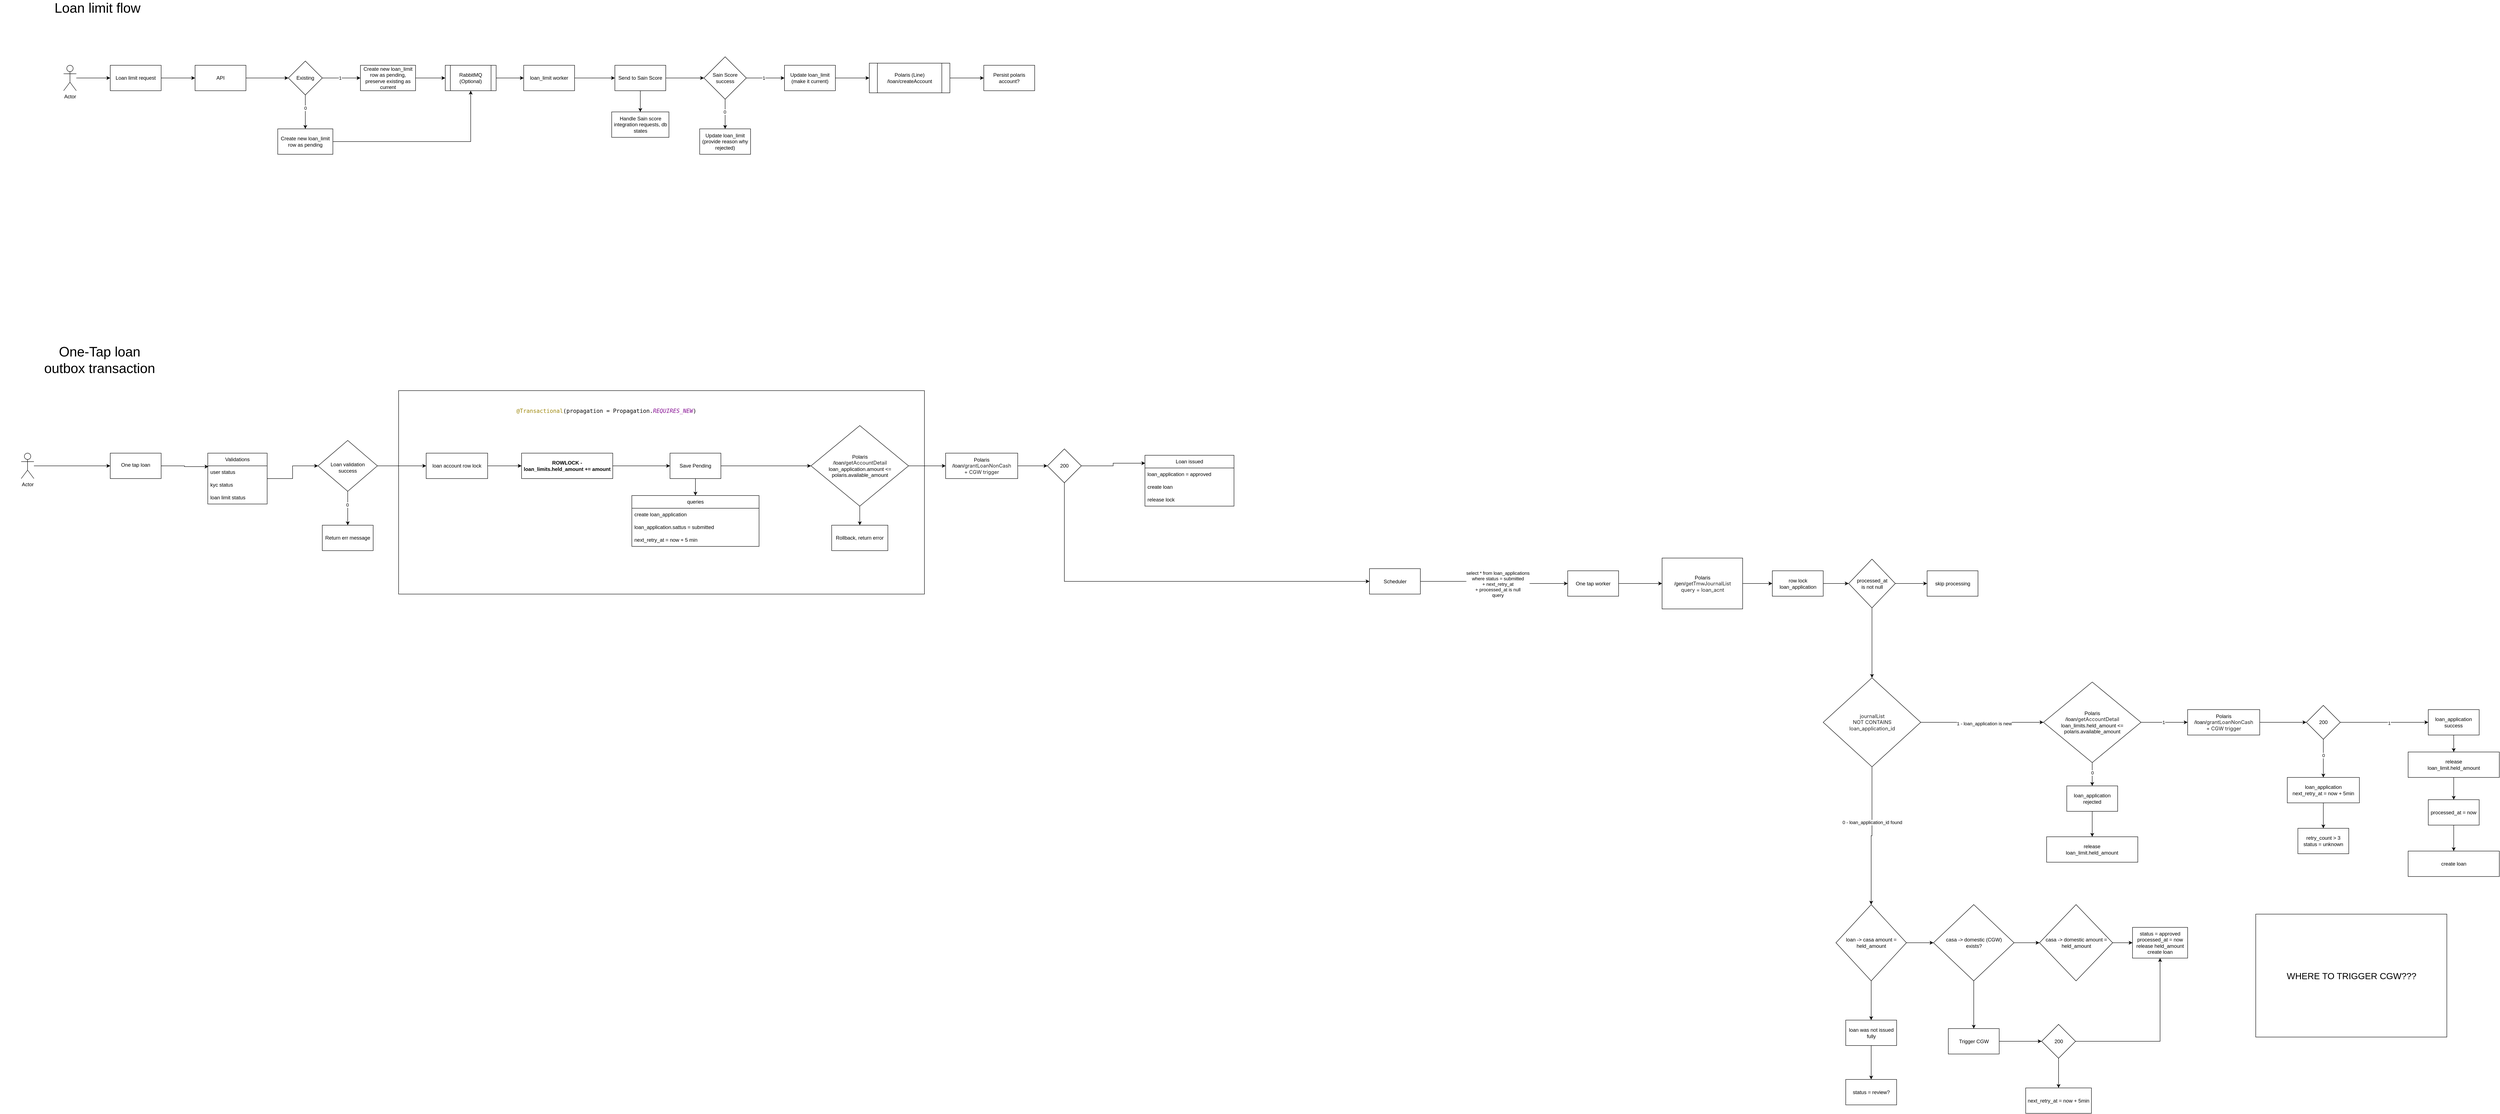
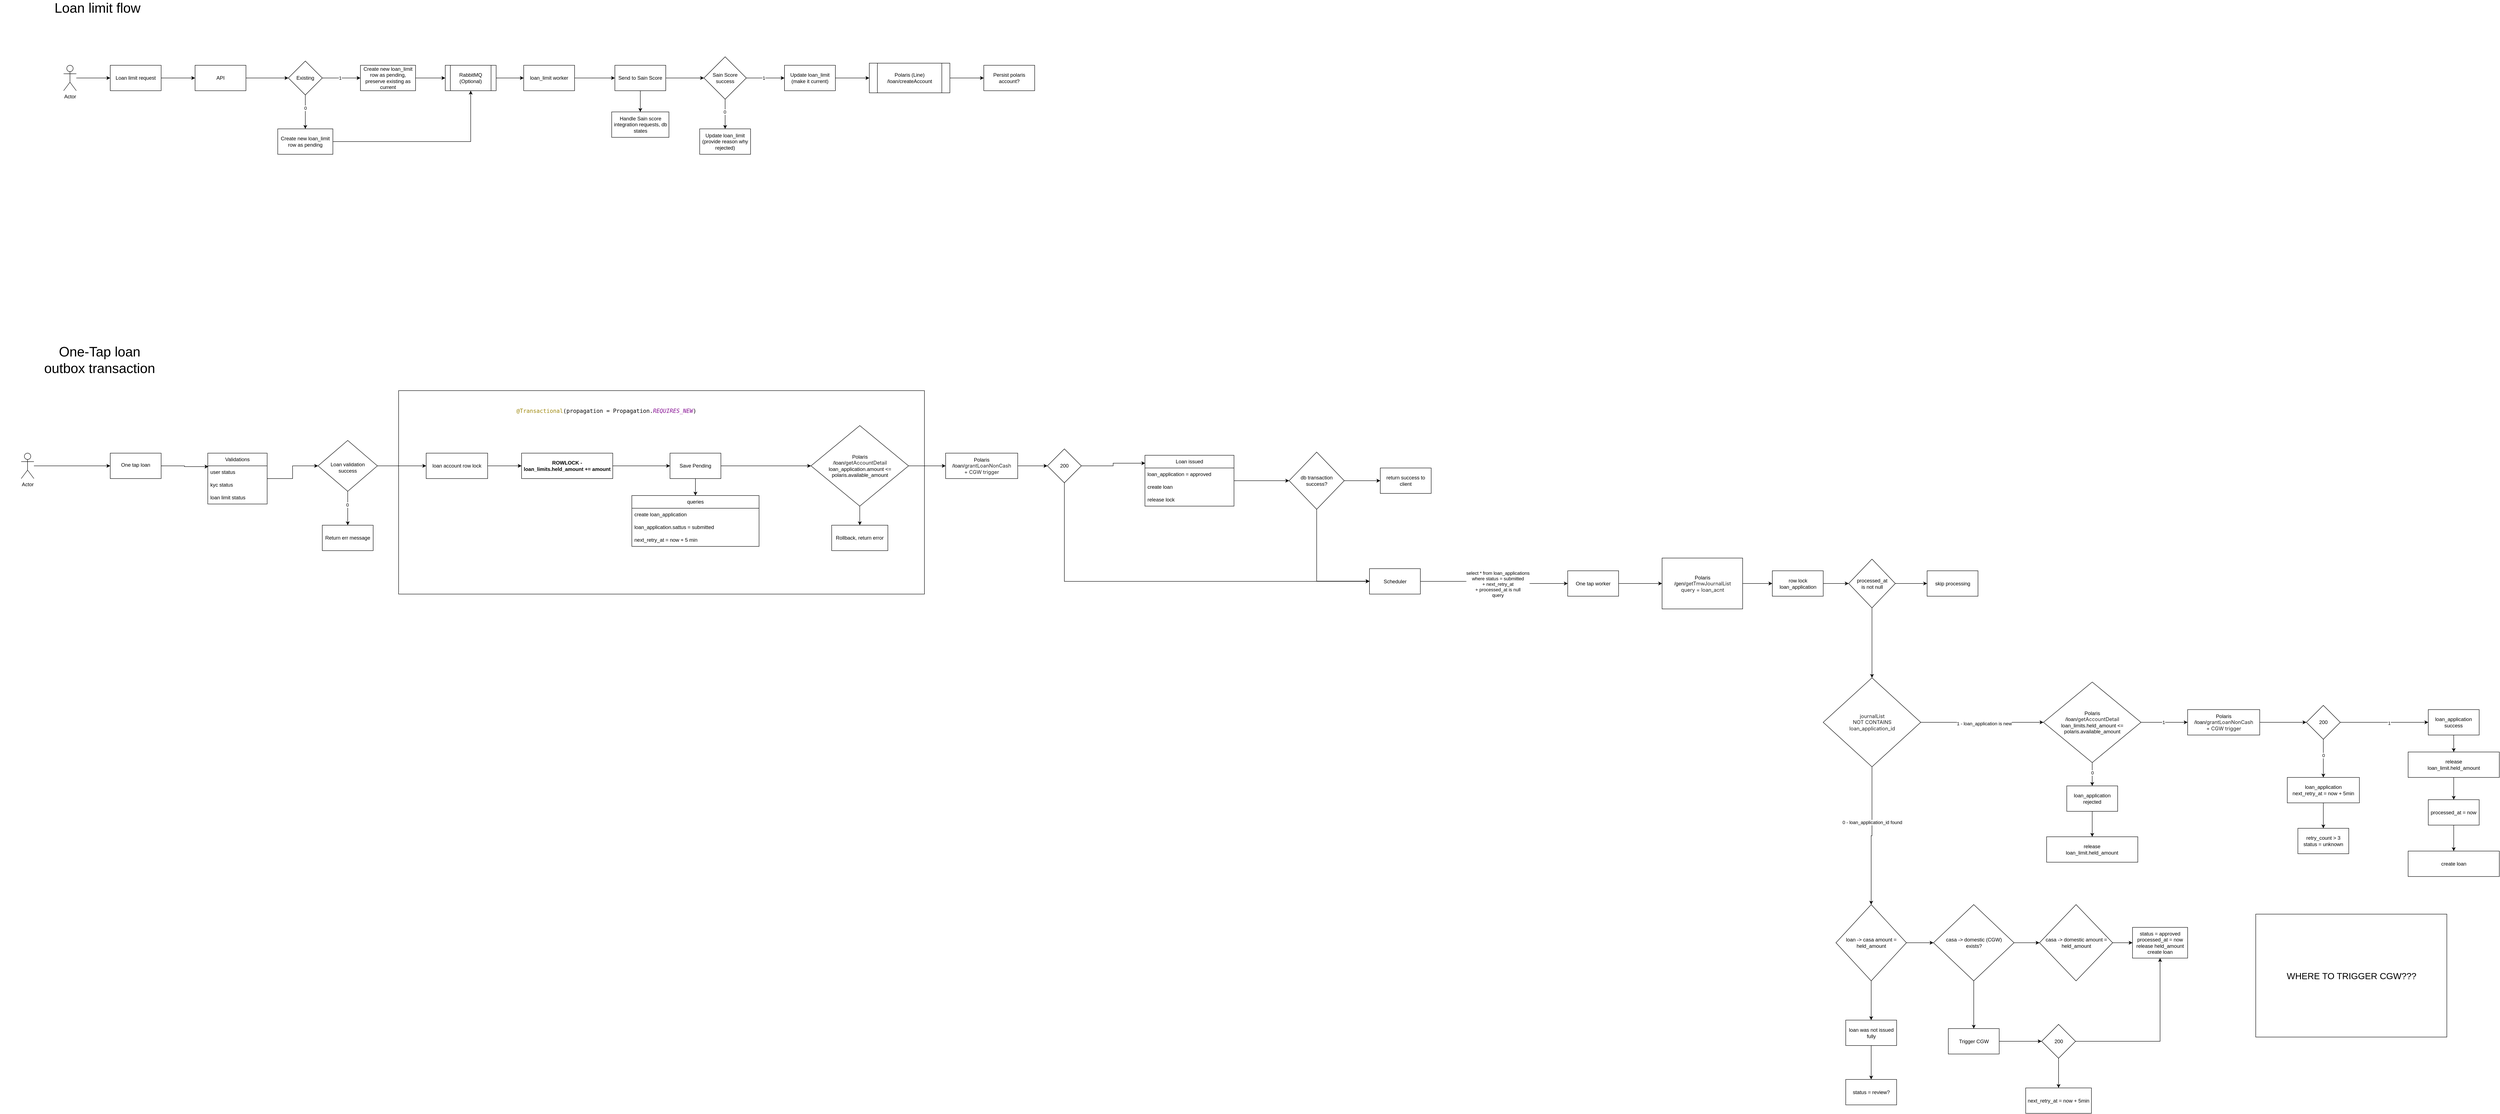
<mxfile host="app.diagrams.net">
  <diagram name="Page-1" id="VCBSuIh8bz7kurrQ0Zaz">
    <mxGraphModel dx="2425" dy="921" grid="1" gridSize="10" guides="1" tooltips="1" connect="1" arrows="1" fold="1" page="1" pageScale="1" pageWidth="850" pageHeight="1100" math="0" shadow="0">
      <root>
        <mxCell id="0" />
        <mxCell id="1" parent="0" />
        <mxCell id="In8fDh9ZLN2M87an2Miy-172" parent="1" style="rounded=0;whiteSpace=wrap;html=1;" value="" vertex="1">
          <mxGeometry height="480" width="1240" x="830" y="977.5" as="geometry" />
        </mxCell>
        <mxCell id="KqixbsF9o6dLofBvsG9t-5" edge="1" parent="1" source="KqixbsF9o6dLofBvsG9t-1" style="edgeStyle=orthogonalEdgeStyle;rounded=0;orthogonalLoop=1;jettySize=auto;html=1;" target="KqixbsF9o6dLofBvsG9t-4" value="">
          <mxGeometry relative="1" as="geometry" />
        </mxCell>
        <mxCell id="KqixbsF9o6dLofBvsG9t-1" parent="1" style="rounded=0;whiteSpace=wrap;html=1;" value="Loan limit request" vertex="1">
          <mxGeometry height="60" width="120" x="150" y="210" as="geometry" />
        </mxCell>
        <mxCell id="KqixbsF9o6dLofBvsG9t-3" edge="1" parent="1" source="KqixbsF9o6dLofBvsG9t-2" style="edgeStyle=orthogonalEdgeStyle;rounded=0;orthogonalLoop=1;jettySize=auto;html=1;" target="KqixbsF9o6dLofBvsG9t-1" value="">
          <mxGeometry relative="1" as="geometry" />
        </mxCell>
        <mxCell id="KqixbsF9o6dLofBvsG9t-2" parent="1" style="shape=umlActor;verticalLabelPosition=bottom;verticalAlign=top;html=1;outlineConnect=0;" value="Actor" vertex="1">
          <mxGeometry height="60" width="30" x="40" y="210" as="geometry" />
        </mxCell>
        <mxCell id="KqixbsF9o6dLofBvsG9t-9" edge="1" parent="1" source="KqixbsF9o6dLofBvsG9t-4" style="edgeStyle=orthogonalEdgeStyle;rounded=0;orthogonalLoop=1;jettySize=auto;html=1;" target="KqixbsF9o6dLofBvsG9t-8" value="">
          <mxGeometry relative="1" as="geometry" />
        </mxCell>
        <mxCell id="KqixbsF9o6dLofBvsG9t-4" parent="1" style="rounded=0;whiteSpace=wrap;html=1;" value="API" vertex="1">
          <mxGeometry height="60" width="120" x="350" y="210" as="geometry" />
        </mxCell>
        <mxCell id="KqixbsF9o6dLofBvsG9t-11" edge="1" parent="1" source="KqixbsF9o6dLofBvsG9t-8" style="edgeStyle=orthogonalEdgeStyle;rounded=0;orthogonalLoop=1;jettySize=auto;html=1;" target="KqixbsF9o6dLofBvsG9t-10" value="">
          <mxGeometry relative="1" as="geometry" />
        </mxCell>
        <mxCell id="KqixbsF9o6dLofBvsG9t-12" connectable="0" parent="KqixbsF9o6dLofBvsG9t-11" style="edgeLabel;html=1;align=center;verticalAlign=middle;resizable=0;points=[];" value="1" vertex="1">
          <mxGeometry relative="1" x="-0.079" as="geometry">
            <mxPoint as="offset" />
          </mxGeometry>
        </mxCell>
        <mxCell id="KqixbsF9o6dLofBvsG9t-14" edge="1" parent="1" source="KqixbsF9o6dLofBvsG9t-8" style="edgeStyle=orthogonalEdgeStyle;rounded=0;orthogonalLoop=1;jettySize=auto;html=1;" target="KqixbsF9o6dLofBvsG9t-13" value="">
          <mxGeometry relative="1" as="geometry" />
        </mxCell>
        <mxCell id="KqixbsF9o6dLofBvsG9t-15" connectable="0" parent="KqixbsF9o6dLofBvsG9t-14" style="edgeLabel;html=1;align=center;verticalAlign=middle;resizable=0;points=[];" value="0" vertex="1">
          <mxGeometry relative="1" x="-0.2407" as="geometry">
            <mxPoint as="offset" />
          </mxGeometry>
        </mxCell>
        <mxCell id="KqixbsF9o6dLofBvsG9t-8" parent="1" style="rhombus;whiteSpace=wrap;html=1;rounded=0;" value="Existing" vertex="1">
          <mxGeometry height="80" width="80" x="570" y="200" as="geometry" />
        </mxCell>
        <mxCell id="KqixbsF9o6dLofBvsG9t-23" edge="1" parent="1" source="KqixbsF9o6dLofBvsG9t-10" style="edgeStyle=orthogonalEdgeStyle;rounded=0;orthogonalLoop=1;jettySize=auto;html=1;" target="KqixbsF9o6dLofBvsG9t-22" value="">
          <mxGeometry relative="1" as="geometry" />
        </mxCell>
        <mxCell id="KqixbsF9o6dLofBvsG9t-10" parent="1" style="whiteSpace=wrap;html=1;rounded=0;" value="Create new loan_limit row as pending, preserve existing as current" vertex="1">
          <mxGeometry height="60" width="130" x="740" y="210" as="geometry" />
        </mxCell>
        <mxCell id="KqixbsF9o6dLofBvsG9t-26" edge="1" parent="1" source="KqixbsF9o6dLofBvsG9t-13" style="edgeStyle=orthogonalEdgeStyle;rounded=0;orthogonalLoop=1;jettySize=auto;html=1;entryX=0.5;entryY=1;entryDx=0;entryDy=0;" target="KqixbsF9o6dLofBvsG9t-22">
          <mxGeometry relative="1" as="geometry" />
        </mxCell>
        <mxCell id="KqixbsF9o6dLofBvsG9t-13" parent="1" style="whiteSpace=wrap;html=1;rounded=0;" value="Create new loan_limit row as pending" vertex="1">
          <mxGeometry height="60" width="130" x="545" y="360" as="geometry" />
        </mxCell>
        <mxCell id="KqixbsF9o6dLofBvsG9t-25" edge="1" parent="1" source="KqixbsF9o6dLofBvsG9t-22" style="edgeStyle=orthogonalEdgeStyle;rounded=0;orthogonalLoop=1;jettySize=auto;html=1;" target="KqixbsF9o6dLofBvsG9t-24" value="">
          <mxGeometry relative="1" as="geometry" />
        </mxCell>
        <mxCell id="KqixbsF9o6dLofBvsG9t-22" parent="1" style="shape=process;whiteSpace=wrap;html=1;backgroundOutline=1;rounded=0;" value="RabbitMQ (Optional)" vertex="1">
          <mxGeometry height="60" width="120" x="940" y="210" as="geometry" />
        </mxCell>
        <mxCell id="KqixbsF9o6dLofBvsG9t-28" edge="1" parent="1" source="KqixbsF9o6dLofBvsG9t-24" style="edgeStyle=orthogonalEdgeStyle;rounded=0;orthogonalLoop=1;jettySize=auto;html=1;" target="KqixbsF9o6dLofBvsG9t-27" value="">
          <mxGeometry relative="1" as="geometry" />
        </mxCell>
        <mxCell id="KqixbsF9o6dLofBvsG9t-24" parent="1" style="whiteSpace=wrap;html=1;rounded=0;" value="loan_limit worker" vertex="1">
          <mxGeometry height="60" width="120" x="1125" y="210" as="geometry" />
        </mxCell>
        <mxCell id="KqixbsF9o6dLofBvsG9t-30" edge="1" parent="1" source="KqixbsF9o6dLofBvsG9t-27" style="edgeStyle=orthogonalEdgeStyle;rounded=0;orthogonalLoop=1;jettySize=auto;html=1;" target="KqixbsF9o6dLofBvsG9t-29" value="">
          <mxGeometry relative="1" as="geometry" />
        </mxCell>
        <mxCell id="KqixbsF9o6dLofBvsG9t-38" edge="1" parent="1" source="KqixbsF9o6dLofBvsG9t-27" style="edgeStyle=orthogonalEdgeStyle;rounded=0;orthogonalLoop=1;jettySize=auto;html=1;" target="KqixbsF9o6dLofBvsG9t-37" value="">
          <mxGeometry relative="1" as="geometry" />
        </mxCell>
        <mxCell id="KqixbsF9o6dLofBvsG9t-27" parent="1" style="whiteSpace=wrap;html=1;rounded=0;" value="Send to Sain Score" vertex="1">
          <mxGeometry height="60" width="120" x="1340" y="210" as="geometry" />
        </mxCell>
        <mxCell id="KqixbsF9o6dLofBvsG9t-32" edge="1" parent="1" source="KqixbsF9o6dLofBvsG9t-29" style="edgeStyle=orthogonalEdgeStyle;rounded=0;orthogonalLoop=1;jettySize=auto;html=1;" target="KqixbsF9o6dLofBvsG9t-31" value="">
          <mxGeometry relative="1" as="geometry" />
        </mxCell>
        <mxCell id="KqixbsF9o6dLofBvsG9t-33" connectable="0" parent="KqixbsF9o6dLofBvsG9t-32" style="edgeLabel;html=1;align=center;verticalAlign=middle;resizable=0;points=[];" value="1" vertex="1">
          <mxGeometry relative="1" x="-0.1048" as="geometry">
            <mxPoint as="offset" />
          </mxGeometry>
        </mxCell>
        <mxCell id="KqixbsF9o6dLofBvsG9t-35" edge="1" parent="1" source="KqixbsF9o6dLofBvsG9t-29" style="edgeStyle=orthogonalEdgeStyle;rounded=0;orthogonalLoop=1;jettySize=auto;html=1;" target="KqixbsF9o6dLofBvsG9t-34" value="">
          <mxGeometry relative="1" as="geometry" />
        </mxCell>
        <mxCell id="KqixbsF9o6dLofBvsG9t-36" connectable="0" parent="KqixbsF9o6dLofBvsG9t-35" style="edgeLabel;html=1;align=center;verticalAlign=middle;resizable=0;points=[];" value="0" vertex="1">
          <mxGeometry relative="1" x="-0.1429" y="-1" as="geometry">
            <mxPoint as="offset" />
          </mxGeometry>
        </mxCell>
        <mxCell id="KqixbsF9o6dLofBvsG9t-29" parent="1" style="rhombus;whiteSpace=wrap;html=1;rounded=0;" value="Sain Score success" vertex="1">
          <mxGeometry height="100" width="100" x="1550" y="190" as="geometry" />
        </mxCell>
        <mxCell id="KqixbsF9o6dLofBvsG9t-66" edge="1" parent="1" source="KqixbsF9o6dLofBvsG9t-31" style="edgeStyle=orthogonalEdgeStyle;rounded=0;orthogonalLoop=1;jettySize=auto;html=1;" target="KqixbsF9o6dLofBvsG9t-65" value="">
          <mxGeometry relative="1" as="geometry" />
        </mxCell>
        <mxCell id="KqixbsF9o6dLofBvsG9t-31" parent="1" style="whiteSpace=wrap;html=1;rounded=0;" value="Update loan_limit (make it current)" vertex="1">
          <mxGeometry height="60" width="120" x="1740" y="210" as="geometry" />
        </mxCell>
        <mxCell id="KqixbsF9o6dLofBvsG9t-34" parent="1" style="whiteSpace=wrap;html=1;rounded=0;" value="Update loan_limit&lt;br&gt;(provide reason why rejected)" vertex="1">
          <mxGeometry height="60" width="120" x="1540" y="360" as="geometry" />
        </mxCell>
        <mxCell id="KqixbsF9o6dLofBvsG9t-37" parent="1" style="whiteSpace=wrap;html=1;rounded=0;" value="Handle Sain score integration requests, db states" vertex="1">
          <mxGeometry height="60" width="135" x="1332.5" y="320" as="geometry" />
        </mxCell>
        <mxCell id="KqixbsF9o6dLofBvsG9t-40" parent="1" style="text;html=1;whiteSpace=wrap;strokeColor=none;fillColor=none;align=center;verticalAlign=middle;rounded=0;fontSize=32;" value="Loan limit flow" vertex="1">
          <mxGeometry height="30" width="260" x="-10" y="60" as="geometry" />
        </mxCell>
        <mxCell id="KqixbsF9o6dLofBvsG9t-74" edge="1" parent="1" source="KqixbsF9o6dLofBvsG9t-65" style="edgeStyle=orthogonalEdgeStyle;rounded=0;orthogonalLoop=1;jettySize=auto;html=1;" target="KqixbsF9o6dLofBvsG9t-73" value="">
          <mxGeometry relative="1" as="geometry" />
        </mxCell>
        <mxCell id="KqixbsF9o6dLofBvsG9t-65" parent="1" style="shape=process;whiteSpace=wrap;html=1;backgroundOutline=1;rounded=0;" value="Polaris (Line)&lt;br&gt;/loan/createAccount" vertex="1">
          <mxGeometry height="70" width="190" x="1940" y="205" as="geometry" />
        </mxCell>
        <mxCell id="KqixbsF9o6dLofBvsG9t-73" parent="1" style="whiteSpace=wrap;html=1;rounded=0;" value="Persist polaris account?" vertex="1">
          <mxGeometry height="60" width="120" x="2210" y="210" as="geometry" />
        </mxCell>
        <mxCell id="U8Ajh8Gpa-m2DNKNFQys-1" parent="1" style="text;html=1;whiteSpace=wrap;strokeColor=none;fillColor=none;align=center;verticalAlign=middle;rounded=0;fontSize=32;" value="One-Tap loan&lt;br&gt;outbox transaction" vertex="1">
          <mxGeometry height="30" width="470" x="-110" y="890" as="geometry" />
        </mxCell>
        <mxCell id="In8fDh9ZLN2M87an2Miy-1" edge="1" parent="1" source="In8fDh9ZLN2M87an2Miy-2" style="edgeStyle=orthogonalEdgeStyle;rounded=0;orthogonalLoop=1;jettySize=auto;html=1;" target="In8fDh9ZLN2M87an2Miy-4" value="">
          <mxGeometry relative="1" as="geometry" />
        </mxCell>
        <mxCell id="In8fDh9ZLN2M87an2Miy-2" parent="1" style="shape=umlActor;verticalLabelPosition=bottom;verticalAlign=top;html=1;outlineConnect=0;" value="Actor" vertex="1">
          <mxGeometry height="60" width="30" x="-60" y="1125" as="geometry" />
        </mxCell>
        <mxCell id="In8fDh9ZLN2M87an2Miy-3" edge="1" parent="1" source="In8fDh9ZLN2M87an2Miy-4" style="edgeStyle=orthogonalEdgeStyle;rounded=0;orthogonalLoop=1;jettySize=auto;html=1;entryX=0.011;entryY=0.06;entryDx=0;entryDy=0;entryPerimeter=0;" target="In8fDh9ZLN2M87an2Miy-28" value="">
          <mxGeometry relative="1" as="geometry">
            <mxPoint x="360" y="1155" as="targetPoint" />
          </mxGeometry>
        </mxCell>
        <mxCell id="In8fDh9ZLN2M87an2Miy-4" parent="1" style="whiteSpace=wrap;html=1;verticalAlign=top;" value="&lt;div&gt;&lt;br&gt;&lt;/div&gt;&lt;div&gt;One tap loan&lt;/div&gt;" vertex="1">
          <mxGeometry height="60" width="120" x="150" y="1125" as="geometry" />
        </mxCell>
        <mxCell id="In8fDh9ZLN2M87an2Miy-7" edge="1" parent="1" source="In8fDh9ZLN2M87an2Miy-9" style="edgeStyle=orthogonalEdgeStyle;rounded=0;orthogonalLoop=1;jettySize=auto;html=1;" target="In8fDh9ZLN2M87an2Miy-13" value="">
          <mxGeometry relative="1" as="geometry" />
        </mxCell>
        <mxCell id="In8fDh9ZLN2M87an2Miy-8" connectable="0" parent="In8fDh9ZLN2M87an2Miy-7" style="edgeLabel;html=1;align=center;verticalAlign=middle;resizable=0;points=[];" value="0" vertex="1">
          <mxGeometry relative="1" x="-0.2091" y="-1" as="geometry">
            <mxPoint as="offset" />
          </mxGeometry>
        </mxCell>
        <mxCell id="In8fDh9ZLN2M87an2Miy-163" edge="1" parent="1" source="In8fDh9ZLN2M87an2Miy-9" style="edgeStyle=orthogonalEdgeStyle;rounded=0;orthogonalLoop=1;jettySize=auto;html=1;entryX=0;entryY=0.5;entryDx=0;entryDy=0;" target="In8fDh9ZLN2M87an2Miy-161">
          <mxGeometry relative="1" as="geometry" />
        </mxCell>
        <mxCell id="In8fDh9ZLN2M87an2Miy-9" parent="1" style="rhombus;whiteSpace=wrap;html=1;verticalAlign=top;" value="&lt;br&gt;&lt;br&gt;&lt;div&gt;&lt;br&gt;&lt;/div&gt;&lt;div&gt;Loan validation&lt;br&gt;success&lt;/div&gt;" vertex="1">
          <mxGeometry height="120" width="140" x="640" y="1095" as="geometry" />
        </mxCell>
        <mxCell id="In8fDh9ZLN2M87an2Miy-10" edge="1" parent="1" source="In8fDh9ZLN2M87an2Miy-12" style="edgeStyle=orthogonalEdgeStyle;rounded=0;orthogonalLoop=1;jettySize=auto;html=1;entryX=0.5;entryY=0;entryDx=0;entryDy=0;" target="In8fDh9ZLN2M87an2Miy-14">
          <mxGeometry relative="1" as="geometry" />
        </mxCell>
        <mxCell id="In8fDh9ZLN2M87an2Miy-54" edge="1" parent="1" source="In8fDh9ZLN2M87an2Miy-105" style="edgeStyle=orthogonalEdgeStyle;rounded=0;orthogonalLoop=1;jettySize=auto;html=1;exitX=1;exitY=0.5;exitDx=0;exitDy=0;" target="In8fDh9ZLN2M87an2Miy-53" value="">
          <mxGeometry relative="1" as="geometry">
            <mxPoint x="3329.5" y="1432.5" as="sourcePoint" />
          </mxGeometry>
        </mxCell>
        <mxCell id="In8fDh9ZLN2M87an2Miy-55" connectable="0" parent="In8fDh9ZLN2M87an2Miy-54" style="edgeLabel;html=1;align=center;verticalAlign=middle;resizable=0;points=[];" value="select * from loan_applications&lt;br&gt;where status = submitted&lt;br&gt;+ next_retry_at&lt;br&gt;+ processed_at is null&lt;br&gt;query" vertex="1">
          <mxGeometry relative="1" x="0.0637" y="-1" as="geometry">
            <mxPoint as="offset" />
          </mxGeometry>
        </mxCell>
        <mxCell id="In8fDh9ZLN2M87an2Miy-173" edge="1" parent="1" source="In8fDh9ZLN2M87an2Miy-12" style="edgeStyle=orthogonalEdgeStyle;rounded=0;orthogonalLoop=1;jettySize=auto;html=1;entryX=0;entryY=0.5;entryDx=0;entryDy=0;" target="In8fDh9ZLN2M87an2Miy-152">
          <mxGeometry relative="1" as="geometry" />
        </mxCell>
        <mxCell id="In8fDh9ZLN2M87an2Miy-12" parent="1" style="whiteSpace=wrap;html=1;verticalAlign=middle;" value="Save Pending" vertex="1">
          <mxGeometry height="60" width="120" x="1470" y="1125" as="geometry" />
        </mxCell>
        <mxCell id="In8fDh9ZLN2M87an2Miy-13" parent="1" style="whiteSpace=wrap;html=1;verticalAlign=middle;" value="Return err message" vertex="1">
          <mxGeometry height="60" width="120" x="650" y="1295" as="geometry" />
        </mxCell>
        <mxCell id="In8fDh9ZLN2M87an2Miy-14" parent="1" style="swimlane;fontStyle=0;childLayout=stackLayout;horizontal=1;startSize=30;horizontalStack=0;resizeParent=1;resizeParentMax=0;resizeLast=0;collapsible=1;marginBottom=0;whiteSpace=wrap;html=1;" value="queries" vertex="1">
          <mxGeometry height="120" width="300" x="1380" y="1225" as="geometry" />
        </mxCell>
        <mxCell id="In8fDh9ZLN2M87an2Miy-15" parent="In8fDh9ZLN2M87an2Miy-14" style="text;strokeColor=none;fillColor=none;align=left;verticalAlign=middle;spacingLeft=4;spacingRight=4;overflow=hidden;points=[[0,0.5],[1,0.5]];portConstraint=eastwest;rotatable=0;whiteSpace=wrap;html=1;" value="create loan_application" vertex="1">
          <mxGeometry height="30" width="300" y="30" as="geometry" />
        </mxCell>
        <mxCell id="In8fDh9ZLN2M87an2Miy-104" parent="In8fDh9ZLN2M87an2Miy-14" style="text;strokeColor=none;fillColor=none;align=left;verticalAlign=middle;spacingLeft=4;spacingRight=4;overflow=hidden;points=[[0,0.5],[1,0.5]];portConstraint=eastwest;rotatable=0;whiteSpace=wrap;html=1;" value="loan_application.sattus = submitted" vertex="1">
          <mxGeometry height="30" width="300" y="60" as="geometry" />
        </mxCell>
        <mxCell id="In8fDh9ZLN2M87an2Miy-17" parent="In8fDh9ZLN2M87an2Miy-14" style="text;strokeColor=none;fillColor=none;align=left;verticalAlign=middle;spacingLeft=4;spacingRight=4;overflow=hidden;points=[[0,0.5],[1,0.5]];portConstraint=eastwest;rotatable=0;whiteSpace=wrap;html=1;" value="next_retry_at = now + 5 min" vertex="1">
          <mxGeometry height="30" width="300" y="90" as="geometry" />
        </mxCell>
        <mxCell id="In8fDh9ZLN2M87an2Miy-32" edge="1" parent="1" source="In8fDh9ZLN2M87an2Miy-27" style="edgeStyle=orthogonalEdgeStyle;rounded=0;orthogonalLoop=1;jettySize=auto;html=1;entryX=0;entryY=0.5;entryDx=0;entryDy=0;" target="In8fDh9ZLN2M87an2Miy-9">
          <mxGeometry relative="1" as="geometry" />
        </mxCell>
        <mxCell id="In8fDh9ZLN2M87an2Miy-27" parent="1" style="swimlane;fontStyle=0;childLayout=stackLayout;horizontal=1;startSize=30;horizontalStack=0;resizeParent=1;resizeParentMax=0;resizeLast=0;collapsible=1;marginBottom=0;whiteSpace=wrap;html=1;" value="Validations" vertex="1">
          <mxGeometry height="120" width="140" x="380" y="1125" as="geometry" />
        </mxCell>
        <mxCell id="In8fDh9ZLN2M87an2Miy-28" parent="In8fDh9ZLN2M87an2Miy-27" style="text;strokeColor=none;fillColor=none;align=left;verticalAlign=middle;spacingLeft=4;spacingRight=4;overflow=hidden;points=[[0,0.5],[1,0.5]];portConstraint=eastwest;rotatable=0;whiteSpace=wrap;html=1;" value="user status" vertex="1">
          <mxGeometry height="30" width="140" y="30" as="geometry" />
        </mxCell>
        <mxCell id="In8fDh9ZLN2M87an2Miy-29" parent="In8fDh9ZLN2M87an2Miy-27" style="text;strokeColor=none;fillColor=none;align=left;verticalAlign=middle;spacingLeft=4;spacingRight=4;overflow=hidden;points=[[0,0.5],[1,0.5]];portConstraint=eastwest;rotatable=0;whiteSpace=wrap;html=1;" value="kyc status" vertex="1">
          <mxGeometry height="30" width="140" y="60" as="geometry" />
        </mxCell>
        <mxCell id="In8fDh9ZLN2M87an2Miy-33" parent="In8fDh9ZLN2M87an2Miy-27" style="text;strokeColor=none;fillColor=none;align=left;verticalAlign=middle;spacingLeft=4;spacingRight=4;overflow=hidden;points=[[0,0.5],[1,0.5]];portConstraint=eastwest;rotatable=0;whiteSpace=wrap;html=1;" value="loan limit status" vertex="1">
          <mxGeometry height="30" width="140" y="90" as="geometry" />
        </mxCell>
        <mxCell id="In8fDh9ZLN2M87an2Miy-116" edge="1" parent="1" source="In8fDh9ZLN2M87an2Miy-53" style="edgeStyle=orthogonalEdgeStyle;rounded=0;orthogonalLoop=1;jettySize=auto;html=1;entryX=0;entryY=0.5;entryDx=0;entryDy=0;" target="In8fDh9ZLN2M87an2Miy-68">
          <mxGeometry relative="1" as="geometry" />
        </mxCell>
        <mxCell id="In8fDh9ZLN2M87an2Miy-53" parent="1" style="whiteSpace=wrap;html=1;" value="One tap worker" vertex="1">
          <mxGeometry height="60" width="120" x="3587" y="1402.5" as="geometry" />
        </mxCell>
        <mxCell id="In8fDh9ZLN2M87an2Miy-67" edge="1" parent="1" source="In8fDh9ZLN2M87an2Miy-58" style="edgeStyle=orthogonalEdgeStyle;rounded=0;orthogonalLoop=1;jettySize=auto;html=1;entryX=0;entryY=0.5;entryDx=0;entryDy=0;" target="In8fDh9ZLN2M87an2Miy-66" value="">
          <mxGeometry relative="1" as="geometry">
            <mxPoint x="5343.87" y="1760" as="targetPoint" />
          </mxGeometry>
        </mxCell>
        <mxCell id="In8fDh9ZLN2M87an2Miy-58" parent="1" style="whiteSpace=wrap;html=1;" value="Polaris /loan/&lt;span style=&quot;color: rgb(33, 33, 33); font-family: Inter, system-ui, -apple-system, &amp;quot;system-ui&amp;quot;, &amp;quot;Segoe UI&amp;quot;, Roboto, Oxygen, Ubuntu, Cantarell, &amp;quot;Fira Sans&amp;quot;, &amp;quot;Droid Sans&amp;quot;, Helvetica, Arial, sans-serif; text-align: left; white-space: pre-wrap; background-color: rgb(255, 255, 255);&quot;&gt;grantLoanNonCash&lt;br/&gt;+ CGW trigger&lt;/span&gt;" vertex="1">
          <mxGeometry height="60" width="170" x="5048.87" y="1730" as="geometry" />
        </mxCell>
        <mxCell id="In8fDh9ZLN2M87an2Miy-62" edge="1" parent="1" source="In8fDh9ZLN2M87an2Miy-59" style="edgeStyle=orthogonalEdgeStyle;rounded=0;orthogonalLoop=1;jettySize=auto;html=1;" target="In8fDh9ZLN2M87an2Miy-61" value="">
          <mxGeometry relative="1" as="geometry" />
        </mxCell>
        <mxCell id="In8fDh9ZLN2M87an2Miy-91" connectable="0" parent="In8fDh9ZLN2M87an2Miy-62" style="edgeLabel;html=1;align=center;verticalAlign=middle;resizable=0;points=[];" value="0" vertex="1">
          <mxGeometry relative="1" x="-0.1431" as="geometry">
            <mxPoint as="offset" />
          </mxGeometry>
        </mxCell>
        <mxCell id="In8fDh9ZLN2M87an2Miy-65" edge="1" parent="1" source="In8fDh9ZLN2M87an2Miy-59" style="edgeStyle=orthogonalEdgeStyle;rounded=0;orthogonalLoop=1;jettySize=auto;html=1;" target="In8fDh9ZLN2M87an2Miy-58">
          <mxGeometry relative="1" as="geometry" />
        </mxCell>
        <mxCell id="In8fDh9ZLN2M87an2Miy-90" connectable="0" parent="In8fDh9ZLN2M87an2Miy-65" style="edgeLabel;html=1;align=center;verticalAlign=middle;resizable=0;points=[];" value="1" vertex="1">
          <mxGeometry relative="1" x="-0.0451" as="geometry">
            <mxPoint as="offset" />
          </mxGeometry>
        </mxCell>
        <mxCell id="In8fDh9ZLN2M87an2Miy-59" parent="1" style="rhombus;whiteSpace=wrap;html=1;" value="Polaris&lt;br&gt;/loan/&lt;span style=&quot;color: rgb(33, 33, 33); font-family: Inter, system-ui, -apple-system, &amp;quot;system-ui&amp;quot;, &amp;quot;Segoe UI&amp;quot;, Roboto, Oxygen, Ubuntu, Cantarell, &amp;quot;Fira Sans&amp;quot;, &amp;quot;Droid Sans&amp;quot;, Helvetica, Arial, sans-serif; text-align: left; white-space: pre-wrap; background-color: rgb(255, 255, 255);&quot;&gt;getAccountDetail&lt;/span&gt;&lt;br&gt;loan_limits.held_amount &amp;lt;= polaris.available_amount" vertex="1">
          <mxGeometry height="190" width="230" x="4708.87" y="1665" as="geometry" />
        </mxCell>
        <mxCell id="In8fDh9ZLN2M87an2Miy-64" edge="1" parent="1" source="In8fDh9ZLN2M87an2Miy-61" style="edgeStyle=orthogonalEdgeStyle;rounded=0;orthogonalLoop=1;jettySize=auto;html=1;" target="In8fDh9ZLN2M87an2Miy-63" value="">
          <mxGeometry relative="1" as="geometry" />
        </mxCell>
        <mxCell id="In8fDh9ZLN2M87an2Miy-61" parent="1" style="whiteSpace=wrap;html=1;" value="loan_application&lt;br&gt;rejected" vertex="1">
          <mxGeometry height="60" width="120" x="4763.87" y="1910" as="geometry" />
        </mxCell>
        <mxCell id="In8fDh9ZLN2M87an2Miy-63" parent="1" style="whiteSpace=wrap;html=1;" value="release &lt;br&gt;loan_limit.held_amount" vertex="1">
          <mxGeometry height="60" width="215" x="4716.37" y="2030" as="geometry" />
        </mxCell>
        <mxCell id="In8fDh9ZLN2M87an2Miy-81" edge="1" parent="1" source="In8fDh9ZLN2M87an2Miy-66" style="edgeStyle=orthogonalEdgeStyle;rounded=0;orthogonalLoop=1;jettySize=auto;html=1;entryX=0;entryY=0.5;entryDx=0;entryDy=0;" target="In8fDh9ZLN2M87an2Miy-79">
          <mxGeometry relative="1" as="geometry" />
        </mxCell>
        <mxCell id="In8fDh9ZLN2M87an2Miy-92" connectable="0" parent="In8fDh9ZLN2M87an2Miy-81" style="edgeLabel;html=1;align=center;verticalAlign=middle;resizable=0;points=[];" value="1" vertex="1">
          <mxGeometry relative="1" x="0.1055" y="-2" as="geometry">
            <mxPoint as="offset" />
          </mxGeometry>
        </mxCell>
        <mxCell id="In8fDh9ZLN2M87an2Miy-83" edge="1" parent="1" source="In8fDh9ZLN2M87an2Miy-66" style="edgeStyle=orthogonalEdgeStyle;rounded=0;orthogonalLoop=1;jettySize=auto;html=1;" target="In8fDh9ZLN2M87an2Miy-82" value="">
          <mxGeometry relative="1" as="geometry" />
        </mxCell>
        <mxCell id="In8fDh9ZLN2M87an2Miy-93" connectable="0" parent="In8fDh9ZLN2M87an2Miy-83" style="edgeLabel;html=1;align=center;verticalAlign=middle;resizable=0;points=[];" value="0" vertex="1">
          <mxGeometry relative="1" x="-0.1623" as="geometry">
            <mxPoint as="offset" />
          </mxGeometry>
        </mxCell>
        <mxCell id="In8fDh9ZLN2M87an2Miy-66" parent="1" style="rhombus;whiteSpace=wrap;html=1;" value="200" vertex="1">
          <mxGeometry height="80" width="80" x="5328.87" y="1720" as="geometry" />
        </mxCell>
        <mxCell id="In8fDh9ZLN2M87an2Miy-119" edge="1" parent="1" source="In8fDh9ZLN2M87an2Miy-68" style="edgeStyle=orthogonalEdgeStyle;rounded=0;orthogonalLoop=1;jettySize=auto;html=1;" target="In8fDh9ZLN2M87an2Miy-118" value="">
          <mxGeometry relative="1" as="geometry" />
        </mxCell>
        <mxCell id="In8fDh9ZLN2M87an2Miy-68" parent="1" style="whiteSpace=wrap;html=1;" value="Polaris&lt;br&gt;/gen/&lt;span style=&quot;white-space: pre-wrap; color: rgb(33, 33, 33); font-family: Inter, system-ui, -apple-system, &amp;quot;system-ui&amp;quot;, &amp;quot;Segoe UI&amp;quot;, Roboto, Oxygen, Ubuntu, Cantarell, &amp;quot;Fira Sans&amp;quot;, &amp;quot;Droid Sans&amp;quot;, Helvetica, Arial, sans-serif; text-align: left; background-color: rgb(255, 255, 255);&quot;&gt;getTmwJournalList&lt;br&gt;query = loan_acnt&lt;/span&gt;" vertex="1">
          <mxGeometry height="120" width="190" x="3809.5" y="1372.5" as="geometry" />
        </mxCell>
        <mxCell id="In8fDh9ZLN2M87an2Miy-71" edge="1" parent="1" source="In8fDh9ZLN2M87an2Miy-69" style="edgeStyle=orthogonalEdgeStyle;rounded=0;orthogonalLoop=1;jettySize=auto;html=1;entryX=0;entryY=0.5;entryDx=0;entryDy=0;" target="In8fDh9ZLN2M87an2Miy-59">
          <mxGeometry relative="1" as="geometry" />
        </mxCell>
        <mxCell id="In8fDh9ZLN2M87an2Miy-77" connectable="0" parent="In8fDh9ZLN2M87an2Miy-71" style="edgeLabel;html=1;align=center;verticalAlign=middle;resizable=0;points=[];" value="1 - loan_application is new" vertex="1">
          <mxGeometry relative="1" x="0.0312" y="-3" as="geometry">
            <mxPoint as="offset" />
          </mxGeometry>
        </mxCell>
        <mxCell id="In8fDh9ZLN2M87an2Miy-73" edge="1" parent="1" source="In8fDh9ZLN2M87an2Miy-69" style="edgeStyle=orthogonalEdgeStyle;rounded=0;orthogonalLoop=1;jettySize=auto;html=1;entryX=0.5;entryY=0;entryDx=0;entryDy=0;" target="In8fDh9ZLN2M87an2Miy-111" value="">
          <mxGeometry relative="1" as="geometry">
            <mxPoint x="4303.87" y="1960" as="targetPoint" />
          </mxGeometry>
        </mxCell>
        <mxCell id="In8fDh9ZLN2M87an2Miy-74" connectable="0" parent="In8fDh9ZLN2M87an2Miy-73" style="edgeLabel;html=1;align=center;verticalAlign=middle;resizable=0;points=[];" value="0 - loan_application_id found" vertex="1">
          <mxGeometry relative="1" x="-0.1975" as="geometry">
            <mxPoint as="offset" />
          </mxGeometry>
        </mxCell>
        <mxCell id="In8fDh9ZLN2M87an2Miy-69" parent="1" style="rhombus;whiteSpace=wrap;html=1;verticalAlign=middle;" value="&lt;div style=&quot;text-align: center;&quot;&gt;&lt;span style=&quot;background-color: light-dark(rgb(255, 255, 255), rgb(18, 18, 18)); color: light-dark(rgb(33, 33, 33), rgb(209, 209, 209)); font-family: Inter, system-ui, -apple-system, &amp;quot;system-ui&amp;quot;, &amp;quot;Segoe UI&amp;quot;, Roboto, Oxygen, Ubuntu, Cantarell, &amp;quot;Fira Sans&amp;quot;, &amp;quot;Droid Sans&amp;quot;, Helvetica, Arial, sans-serif; text-align: left; white-space: pre-wrap;&quot;&gt;journalList&lt;br&gt;NOT CONTAINS&lt;/span&gt;&lt;/div&gt;&lt;span style=&quot;white-space: pre-wrap; color: rgb(33, 33, 33); font-family: Inter, system-ui, -apple-system, &amp;quot;system-ui&amp;quot;, &amp;quot;Segoe UI&amp;quot;, Roboto, Oxygen, Ubuntu, Cantarell, &amp;quot;Fira Sans&amp;quot;, &amp;quot;Droid Sans&amp;quot;, Helvetica, Arial, sans-serif; text-align: left; background-color: rgb(255, 255, 255);&quot;&gt;loan_application_id&lt;/span&gt;" vertex="1">
          <mxGeometry height="210" width="230" x="4189.5" y="1655" as="geometry" />
        </mxCell>
        <mxCell id="In8fDh9ZLN2M87an2Miy-78" edge="1" parent="1" source="In8fDh9ZLN2M87an2Miy-79" style="edgeStyle=orthogonalEdgeStyle;rounded=0;orthogonalLoop=1;jettySize=auto;html=1;" target="In8fDh9ZLN2M87an2Miy-80" value="">
          <mxGeometry relative="1" as="geometry" />
        </mxCell>
        <mxCell id="In8fDh9ZLN2M87an2Miy-79" parent="1" style="whiteSpace=wrap;html=1;" value="loan_application&lt;br&gt;success" vertex="1">
          <mxGeometry height="60" width="120" x="5616.37" y="1730" as="geometry" />
        </mxCell>
        <mxCell id="In8fDh9ZLN2M87an2Miy-132" edge="1" parent="1" source="In8fDh9ZLN2M87an2Miy-80" style="edgeStyle=orthogonalEdgeStyle;rounded=0;orthogonalLoop=1;jettySize=auto;html=1;" target="In8fDh9ZLN2M87an2Miy-131" value="">
          <mxGeometry relative="1" as="geometry" />
        </mxCell>
        <mxCell id="In8fDh9ZLN2M87an2Miy-80" parent="1" style="whiteSpace=wrap;html=1;" value="release &lt;br&gt;loan_limit.held_amount" vertex="1">
          <mxGeometry height="60" width="215" x="5568.87" y="1830" as="geometry" />
        </mxCell>
        <mxCell id="In8fDh9ZLN2M87an2Miy-95" edge="1" parent="1" source="In8fDh9ZLN2M87an2Miy-82" style="edgeStyle=orthogonalEdgeStyle;rounded=0;orthogonalLoop=1;jettySize=auto;html=1;" target="In8fDh9ZLN2M87an2Miy-94" value="">
          <mxGeometry relative="1" as="geometry" />
        </mxCell>
        <mxCell id="In8fDh9ZLN2M87an2Miy-82" parent="1" style="whiteSpace=wrap;html=1;" value="loan_application&lt;br&gt;next_retry_at = now + 5min" vertex="1">
          <mxGeometry height="60" width="170" x="5283.87" y="1890" as="geometry" />
        </mxCell>
        <mxCell id="In8fDh9ZLN2M87an2Miy-88" parent="1" style="whiteSpace=wrap;html=1;" value="create loan" vertex="1">
          <mxGeometry height="60" width="215" x="5568.87" y="2063.75" as="geometry" />
        </mxCell>
        <mxCell id="In8fDh9ZLN2M87an2Miy-94" parent="1" style="whiteSpace=wrap;html=1;" value="retry_count &amp;gt; 3&lt;br&gt;status = unknown" vertex="1">
          <mxGeometry height="60" width="120" x="5308.87" y="2010" as="geometry" />
        </mxCell>
        <mxCell id="In8fDh9ZLN2M87an2Miy-105" parent="1" style="rounded=0;whiteSpace=wrap;html=1;" value="Scheduler" vertex="1">
          <mxGeometry height="60" width="120" x="3119.5" y="1397.5" as="geometry" />
        </mxCell>
        <mxCell id="In8fDh9ZLN2M87an2Miy-127" edge="1" parent="1" source="In8fDh9ZLN2M87an2Miy-111" style="edgeStyle=orthogonalEdgeStyle;rounded=0;orthogonalLoop=1;jettySize=auto;html=1;" target="In8fDh9ZLN2M87an2Miy-126" value="">
          <mxGeometry relative="1" as="geometry" />
        </mxCell>
        <mxCell id="In8fDh9ZLN2M87an2Miy-135" edge="1" parent="1" source="In8fDh9ZLN2M87an2Miy-111" style="edgeStyle=orthogonalEdgeStyle;rounded=0;orthogonalLoop=1;jettySize=auto;html=1;entryX=0;entryY=0.5;entryDx=0;entryDy=0;" target="In8fDh9ZLN2M87an2Miy-134">
          <mxGeometry relative="1" as="geometry" />
        </mxCell>
        <mxCell id="In8fDh9ZLN2M87an2Miy-111" parent="1" style="rhombus;whiteSpace=wrap;html=1;" value="loan -&amp;gt; casa amount = held_amount" vertex="1">
          <mxGeometry height="180" width="166.25" x="4219.5" y="2190" as="geometry" />
        </mxCell>
        <mxCell id="In8fDh9ZLN2M87an2Miy-113" parent="1" style="whiteSpace=wrap;html=1;" value="status = approved&lt;br&gt;processed_at = now&lt;br&gt;release held_amount&lt;br&gt;create loan" vertex="1">
          <mxGeometry height="72.5" width="130" x="4918.87" y="2243.75" as="geometry" />
        </mxCell>
        <mxCell id="In8fDh9ZLN2M87an2Miy-122" edge="1" parent="1" source="In8fDh9ZLN2M87an2Miy-118" style="edgeStyle=orthogonalEdgeStyle;rounded=0;orthogonalLoop=1;jettySize=auto;html=1;" target="In8fDh9ZLN2M87an2Miy-121" value="">
          <mxGeometry relative="1" as="geometry" />
        </mxCell>
        <mxCell id="In8fDh9ZLN2M87an2Miy-118" parent="1" style="whiteSpace=wrap;html=1;" value="row lock&lt;br&gt;loan_application" vertex="1">
          <mxGeometry height="60" width="120" x="4069.5" y="1402.5" as="geometry" />
        </mxCell>
        <mxCell id="In8fDh9ZLN2M87an2Miy-124" edge="1" parent="1" source="In8fDh9ZLN2M87an2Miy-121" style="edgeStyle=orthogonalEdgeStyle;rounded=0;orthogonalLoop=1;jettySize=auto;html=1;" target="In8fDh9ZLN2M87an2Miy-123" value="">
          <mxGeometry relative="1" as="geometry" />
        </mxCell>
        <mxCell id="In8fDh9ZLN2M87an2Miy-125" edge="1" parent="1" source="In8fDh9ZLN2M87an2Miy-121" style="edgeStyle=orthogonalEdgeStyle;rounded=0;orthogonalLoop=1;jettySize=auto;html=1;entryX=0.5;entryY=0;entryDx=0;entryDy=0;" target="In8fDh9ZLN2M87an2Miy-69">
          <mxGeometry relative="1" as="geometry" />
        </mxCell>
        <mxCell id="In8fDh9ZLN2M87an2Miy-121" parent="1" style="rhombus;whiteSpace=wrap;html=1;" value="processed_at &lt;br&gt;is not null" vertex="1">
          <mxGeometry height="115" width="110" x="4249.5" y="1375" as="geometry" />
        </mxCell>
        <mxCell id="In8fDh9ZLN2M87an2Miy-123" parent="1" style="whiteSpace=wrap;html=1;" value="skip processing" vertex="1">
          <mxGeometry height="60" width="120" x="4434.5" y="1402.5" as="geometry" />
        </mxCell>
        <mxCell id="In8fDh9ZLN2M87an2Miy-129" edge="1" parent="1" source="In8fDh9ZLN2M87an2Miy-126" style="edgeStyle=orthogonalEdgeStyle;rounded=0;orthogonalLoop=1;jettySize=auto;html=1;" target="In8fDh9ZLN2M87an2Miy-128" value="">
          <mxGeometry relative="1" as="geometry" />
        </mxCell>
        <mxCell id="In8fDh9ZLN2M87an2Miy-126" parent="1" style="whiteSpace=wrap;html=1;" value="loan was not issued fully" vertex="1">
          <mxGeometry height="60" width="120" x="4242.625" y="2462.5" as="geometry" />
        </mxCell>
        <mxCell id="In8fDh9ZLN2M87an2Miy-128" parent="1" style="whiteSpace=wrap;html=1;" value="status = review?" vertex="1">
          <mxGeometry height="60" width="120" x="4242.625" y="2602.5" as="geometry" />
        </mxCell>
        <mxCell id="In8fDh9ZLN2M87an2Miy-130" parent="1" style="rounded=0;whiteSpace=wrap;html=1;fontSize=21;" value="WHERE TO TRIGGER CGW???" vertex="1">
          <mxGeometry height="290" width="450.63" x="5209.5" y="2212.5" as="geometry" />
        </mxCell>
        <mxCell id="In8fDh9ZLN2M87an2Miy-133" edge="1" parent="1" source="In8fDh9ZLN2M87an2Miy-131" style="edgeStyle=orthogonalEdgeStyle;rounded=0;orthogonalLoop=1;jettySize=auto;html=1;" target="In8fDh9ZLN2M87an2Miy-88" value="">
          <mxGeometry relative="1" as="geometry" />
        </mxCell>
        <mxCell id="In8fDh9ZLN2M87an2Miy-131" parent="1" style="whiteSpace=wrap;html=1;" value="processed_at = now" vertex="1">
          <mxGeometry height="60" width="120" x="5616.37" y="1942.5" as="geometry" />
        </mxCell>
        <mxCell id="In8fDh9ZLN2M87an2Miy-141" edge="1" parent="1" source="In8fDh9ZLN2M87an2Miy-134" style="edgeStyle=orthogonalEdgeStyle;rounded=0;orthogonalLoop=1;jettySize=auto;html=1;entryX=0;entryY=0.5;entryDx=0;entryDy=0;" target="In8fDh9ZLN2M87an2Miy-139">
          <mxGeometry relative="1" as="geometry" />
        </mxCell>
        <mxCell id="In8fDh9ZLN2M87an2Miy-145" edge="1" parent="1" source="In8fDh9ZLN2M87an2Miy-134" style="edgeStyle=orthogonalEdgeStyle;rounded=0;orthogonalLoop=1;jettySize=auto;html=1;" target="In8fDh9ZLN2M87an2Miy-144" value="">
          <mxGeometry relative="1" as="geometry" />
        </mxCell>
        <mxCell id="In8fDh9ZLN2M87an2Miy-134" parent="1" style="rhombus;whiteSpace=wrap;html=1;" value="casa -&amp;gt; domestic (CGW)&lt;br&gt;exists?" vertex="1">
          <mxGeometry height="180" width="190" x="4449.5" y="2190" as="geometry" />
        </mxCell>
        <mxCell id="In8fDh9ZLN2M87an2Miy-142" edge="1" parent="1" source="In8fDh9ZLN2M87an2Miy-139" style="edgeStyle=orthogonalEdgeStyle;rounded=0;orthogonalLoop=1;jettySize=auto;html=1;entryX=0;entryY=0.5;entryDx=0;entryDy=0;" target="In8fDh9ZLN2M87an2Miy-113">
          <mxGeometry relative="1" as="geometry" />
        </mxCell>
        <mxCell id="In8fDh9ZLN2M87an2Miy-139" parent="1" style="rhombus;whiteSpace=wrap;html=1;" value="casa -&amp;gt; domestic amount = held_amount" vertex="1">
          <mxGeometry height="180" width="172.5" x="4699.5" y="2190" as="geometry" />
        </mxCell>
        <mxCell id="In8fDh9ZLN2M87an2Miy-147" edge="1" parent="1" source="In8fDh9ZLN2M87an2Miy-144" style="edgeStyle=orthogonalEdgeStyle;rounded=0;orthogonalLoop=1;jettySize=auto;html=1;" target="In8fDh9ZLN2M87an2Miy-146" value="">
          <mxGeometry relative="1" as="geometry" />
        </mxCell>
        <mxCell id="In8fDh9ZLN2M87an2Miy-144" parent="1" style="whiteSpace=wrap;html=1;" value="Trigger CGW" vertex="1">
          <mxGeometry height="60" width="120" x="4484.5" y="2482.5" as="geometry" />
        </mxCell>
        <mxCell id="In8fDh9ZLN2M87an2Miy-148" edge="1" parent="1" source="In8fDh9ZLN2M87an2Miy-146" style="edgeStyle=orthogonalEdgeStyle;rounded=0;orthogonalLoop=1;jettySize=auto;html=1;entryX=0.5;entryY=1;entryDx=0;entryDy=0;" target="In8fDh9ZLN2M87an2Miy-113">
          <mxGeometry relative="1" as="geometry" />
        </mxCell>
        <mxCell id="In8fDh9ZLN2M87an2Miy-150" edge="1" parent="1" source="In8fDh9ZLN2M87an2Miy-146" style="edgeStyle=orthogonalEdgeStyle;rounded=0;orthogonalLoop=1;jettySize=auto;html=1;" target="In8fDh9ZLN2M87an2Miy-149" value="">
          <mxGeometry relative="1" as="geometry" />
        </mxCell>
        <mxCell id="In8fDh9ZLN2M87an2Miy-146" parent="1" style="rhombus;whiteSpace=wrap;html=1;" value="200" vertex="1">
          <mxGeometry height="80" width="80" x="4704.5" y="2472.5" as="geometry" />
        </mxCell>
        <mxCell id="In8fDh9ZLN2M87an2Miy-149" parent="1" style="whiteSpace=wrap;html=1;" value="next_retry_at = now + 5min" vertex="1">
          <mxGeometry height="60" width="155" x="4667" y="2622.5" as="geometry" />
        </mxCell>
        <mxCell id="In8fDh9ZLN2M87an2Miy-154" edge="1" parent="1" source="In8fDh9ZLN2M87an2Miy-152" style="edgeStyle=orthogonalEdgeStyle;rounded=0;orthogonalLoop=1;jettySize=auto;html=1;entryX=0;entryY=0.5;entryDx=0;entryDy=0;" target="In8fDh9ZLN2M87an2Miy-153">
          <mxGeometry relative="1" as="geometry" />
        </mxCell>
        <mxCell id="In8fDh9ZLN2M87an2Miy-176" edge="1" parent="1" source="In8fDh9ZLN2M87an2Miy-152" style="edgeStyle=orthogonalEdgeStyle;rounded=0;orthogonalLoop=1;jettySize=auto;html=1;" target="In8fDh9ZLN2M87an2Miy-175" value="">
          <mxGeometry relative="1" as="geometry" />
        </mxCell>
        <mxCell id="In8fDh9ZLN2M87an2Miy-152" parent="1" style="rhombus;whiteSpace=wrap;html=1;" value="Polaris&lt;br&gt;/loan/&lt;span style=&quot;color: rgb(33, 33, 33); font-family: Inter, system-ui, -apple-system, &amp;quot;system-ui&amp;quot;, &amp;quot;Segoe UI&amp;quot;, Roboto, Oxygen, Ubuntu, Cantarell, &amp;quot;Fira Sans&amp;quot;, &amp;quot;Droid Sans&amp;quot;, Helvetica, Arial, sans-serif; text-align: left; white-space: pre-wrap; background-color: rgb(255, 255, 255);&quot;&gt;getAccountDetail&lt;/span&gt;&lt;br&gt;loan_application.amount &amp;lt;= polaris.available_amount" vertex="1">
          <mxGeometry height="190" width="230" x="1802.5" y="1060" as="geometry" />
        </mxCell>
        <mxCell id="In8fDh9ZLN2M87an2Miy-158" edge="1" parent="1" source="In8fDh9ZLN2M87an2Miy-153" style="edgeStyle=orthogonalEdgeStyle;rounded=0;orthogonalLoop=1;jettySize=auto;html=1;entryX=0;entryY=0.5;entryDx=0;entryDy=0;" target="In8fDh9ZLN2M87an2Miy-157">
          <mxGeometry relative="1" as="geometry" />
        </mxCell>
        <mxCell id="In8fDh9ZLN2M87an2Miy-153" parent="1" style="whiteSpace=wrap;html=1;" value="Polaris /loan/&lt;span style=&quot;color: rgb(33, 33, 33); font-family: Inter, system-ui, -apple-system, &amp;quot;system-ui&amp;quot;, &amp;quot;Segoe UI&amp;quot;, Roboto, Oxygen, Ubuntu, Cantarell, &amp;quot;Fira Sans&amp;quot;, &amp;quot;Droid Sans&amp;quot;, Helvetica, Arial, sans-serif; text-align: left; white-space: pre-wrap; background-color: rgb(255, 255, 255);&quot;&gt;grantLoanNonCash&lt;br/&gt;+ CGW trigger&lt;/span&gt;" vertex="1">
          <mxGeometry height="60" width="170" x="2120" y="1125" as="geometry" />
        </mxCell>
        <mxCell id="In8fDh9ZLN2M87an2Miy-177" edge="1" parent="1" source="In8fDh9ZLN2M87an2Miy-157" style="edgeStyle=orthogonalEdgeStyle;rounded=0;orthogonalLoop=1;jettySize=auto;html=1;entryX=0;entryY=0.5;entryDx=0;entryDy=0;" target="In8fDh9ZLN2M87an2Miy-105">
          <mxGeometry relative="1" as="geometry">
            <Array as="points">
              <mxPoint x="2400" y="1427" />
            </Array>
            <mxPoint x="2809.5" y="1427.5" as="targetPoint" />
          </mxGeometry>
        </mxCell>
        <mxCell id="In8fDh9ZLN2M87an2Miy-157" parent="1" style="rhombus;whiteSpace=wrap;html=1;" value="200" vertex="1">
          <mxGeometry height="80" width="80" x="2360" y="1115" as="geometry" />
        </mxCell>
        <mxCell id="In8fDh9ZLN2M87an2Miy-164" edge="1" parent="1" source="In8fDh9ZLN2M87an2Miy-161" style="edgeStyle=orthogonalEdgeStyle;rounded=0;orthogonalLoop=1;jettySize=auto;html=1;" target="In8fDh9ZLN2M87an2Miy-162" value="">
          <mxGeometry relative="1" as="geometry" />
        </mxCell>
        <mxCell id="In8fDh9ZLN2M87an2Miy-161" parent="1" style="rounded=0;whiteSpace=wrap;html=1;" value="loan account row lock" vertex="1">
          <mxGeometry height="60" width="145" x="895" y="1125" as="geometry" />
        </mxCell>
        <mxCell id="In8fDh9ZLN2M87an2Miy-165" edge="1" parent="1" source="In8fDh9ZLN2M87an2Miy-162" style="edgeStyle=orthogonalEdgeStyle;rounded=0;orthogonalLoop=1;jettySize=auto;html=1;" target="In8fDh9ZLN2M87an2Miy-12">
          <mxGeometry relative="1" as="geometry" />
        </mxCell>
        <mxCell id="In8fDh9ZLN2M87an2Miy-162" parent="1" style="rounded=0;whiteSpace=wrap;html=1;" value="&lt;span style=&quot;font-weight: 700; text-align: left;&quot;&gt;ROWLOCK - loan_limits.held_amount += amount&lt;/span&gt;" vertex="1">
          <mxGeometry height="60" width="215" x="1120" y="1125" as="geometry" />
        </mxCell>
+         <mxCell id="In8fDh9ZLN2M87an2Miy-184" edge="1" parent="1" source="In8fDh9ZLN2M87an2Miy-166" style="edgeStyle=orthogonalEdgeStyle;rounded=0;orthogonalLoop=1;jettySize=auto;html=1;" target="In8fDh9ZLN2M87an2Miy-183" value="">
+           <mxGeometry relative="1" as="geometry" />
+         </mxCell>
        <mxCell id="In8fDh9ZLN2M87an2Miy-166" parent="1" style="swimlane;fontStyle=0;childLayout=stackLayout;horizontal=1;startSize=30;horizontalStack=0;resizeParent=1;resizeParentMax=0;resizeLast=0;collapsible=1;marginBottom=0;whiteSpace=wrap;html=1;" value="Loan issued" vertex="1">
          <mxGeometry height="120" width="210" x="2590" y="1130" as="geometry" />
        </mxCell>
        <mxCell id="In8fDh9ZLN2M87an2Miy-167" parent="In8fDh9ZLN2M87an2Miy-166" style="text;strokeColor=none;fillColor=none;align=left;verticalAlign=middle;spacingLeft=4;spacingRight=4;overflow=hidden;points=[[0,0.5],[1,0.5]];portConstraint=eastwest;rotatable=0;whiteSpace=wrap;html=1;" value="loan_application = approved" vertex="1">
          <mxGeometry height="30" width="210" y="30" as="geometry" />
        </mxCell>
        <mxCell id="In8fDh9ZLN2M87an2Miy-168" parent="In8fDh9ZLN2M87an2Miy-166" style="text;strokeColor=none;fillColor=none;align=left;verticalAlign=middle;spacingLeft=4;spacingRight=4;overflow=hidden;points=[[0,0.5],[1,0.5]];portConstraint=eastwest;rotatable=0;whiteSpace=wrap;html=1;" value="create loan" vertex="1">
          <mxGeometry height="30" width="210" y="60" as="geometry" />
        </mxCell>
        <mxCell id="In8fDh9ZLN2M87an2Miy-169" parent="In8fDh9ZLN2M87an2Miy-166" style="text;strokeColor=none;fillColor=none;align=left;verticalAlign=middle;spacingLeft=4;spacingRight=4;overflow=hidden;points=[[0,0.5],[1,0.5]];portConstraint=eastwest;rotatable=0;whiteSpace=wrap;html=1;" value="release lock" vertex="1">
          <mxGeometry height="30" width="210" y="90" as="geometry" />
        </mxCell>
        <mxCell id="In8fDh9ZLN2M87an2Miy-170" edge="1" parent="1" source="In8fDh9ZLN2M87an2Miy-157" style="edgeStyle=orthogonalEdgeStyle;rounded=0;orthogonalLoop=1;jettySize=auto;html=1;entryX=0.003;entryY=0.156;entryDx=0;entryDy=0;entryPerimeter=0;" target="In8fDh9ZLN2M87an2Miy-166">
          <mxGeometry relative="1" as="geometry" />
        </mxCell>
        <mxCell id="In8fDh9ZLN2M87an2Miy-174" parent="1" style="text;html=1;whiteSpace=wrap;strokeColor=none;fillColor=none;align=center;verticalAlign=middle;rounded=0;" value="&lt;div style=&quot;background-color:#ffffff;color:#080808&quot;&gt;&lt;pre style=&quot;font-family:&#39;JetBrains Mono&#39;,monospace;font-size:9.8pt;&quot;&gt;&lt;span style=&quot;color:#9e880d;&quot;&gt;@Transactional&lt;/span&gt;(propagation = &lt;span style=&quot;color:#000000;&quot;&gt;Propagation&lt;/span&gt;.&lt;span style=&quot;color:#871094;font-style:italic;&quot;&gt;REQUIRES_NEW&lt;/span&gt;)&lt;/pre&gt;&lt;/div&gt;" vertex="1">
          <mxGeometry height="30" width="240" x="1200" y="1010" as="geometry" />
        </mxCell>
        <mxCell id="In8fDh9ZLN2M87an2Miy-175" parent="1" style="whiteSpace=wrap;html=1;" value="Rollback, return error" vertex="1">
          <mxGeometry height="60" width="132.5" x="1851.25" y="1295" as="geometry" />
+         </mxCell>
+         <mxCell id="In8fDh9ZLN2M87an2Miy-186" edge="1" parent="1" source="In8fDh9ZLN2M87an2Miy-183" style="edgeStyle=orthogonalEdgeStyle;rounded=0;orthogonalLoop=1;jettySize=auto;html=1;" target="In8fDh9ZLN2M87an2Miy-185" value="">
+           <mxGeometry relative="1" as="geometry" />
+         </mxCell>
+         <mxCell id="In8fDh9ZLN2M87an2Miy-187" edge="1" parent="1" source="In8fDh9ZLN2M87an2Miy-183" style="edgeStyle=orthogonalEdgeStyle;rounded=0;orthogonalLoop=1;jettySize=auto;html=1;" target="In8fDh9ZLN2M87an2Miy-105">
+           <mxGeometry relative="1" as="geometry">
+             <Array as="points">
+               <mxPoint x="2995" y="1427" />
+             </Array>
+           </mxGeometry>
+         </mxCell>
+         <mxCell id="In8fDh9ZLN2M87an2Miy-183" parent="1" style="rhombus;whiteSpace=wrap;html=1;fontStyle=0;startSize=30;horizontal=1;" value="db transaction success?" vertex="1">
+           <mxGeometry height="135" width="130" x="2930" y="1122.5" as="geometry" />
+         </mxCell>
+         <mxCell id="In8fDh9ZLN2M87an2Miy-185" parent="1" style="whiteSpace=wrap;html=1;fontStyle=0;startSize=30;horizontal=1;" value="return success to client" vertex="1">
+           <mxGeometry height="60" width="120" x="3145" y="1160" as="geometry" />
        </mxCell>
      </root>
    </mxGraphModel>
  </diagram>
</mxfile>
